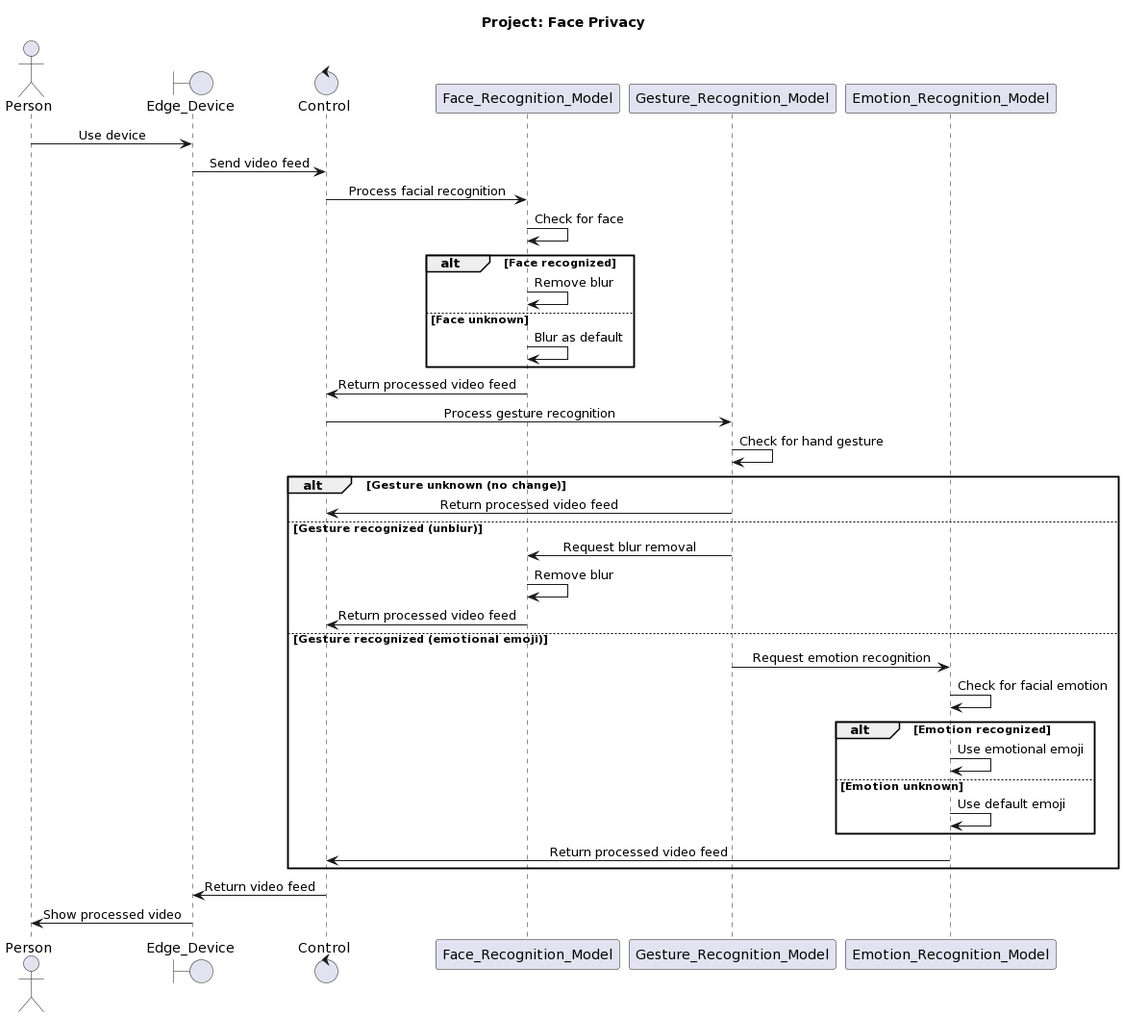
The PlantUML diagram doc/PlantUML_Sequence_Diagram.png in Team-Intel-Edge-AI/OnTheEdge, before a commit.
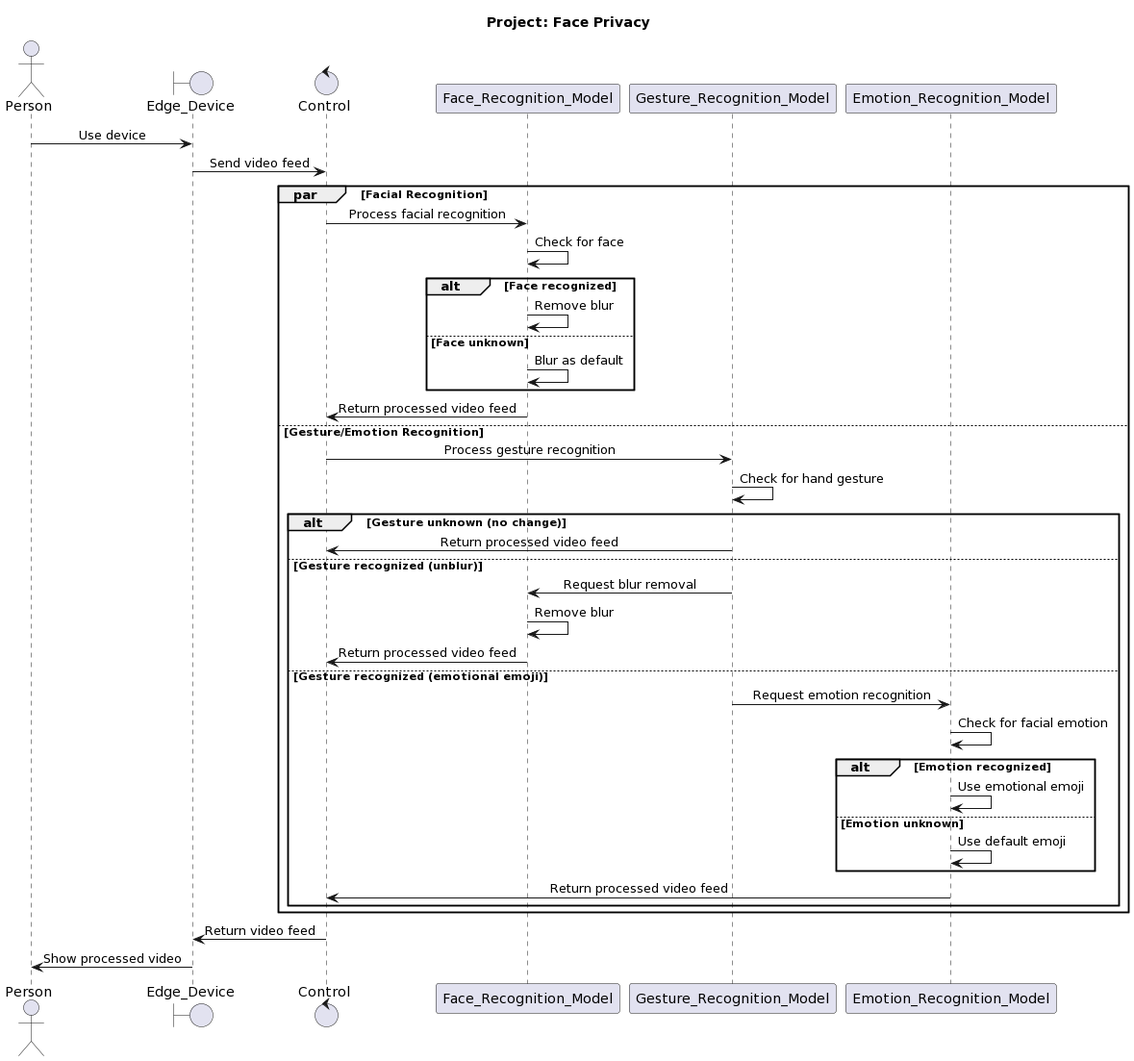
After the commit.

Commit message:
Updated sequence diagram

Diff of the diagram source:
```diff
@@ -13,33 +13,36 @@
 per -> edge: Use device
 edge -> ctrl: Send video feed
 
-ctrl -> face: Process facial recognition
-face -> face: Check for face
-alt Face recognized
-    face -> face: Remove blur
-else Face unknown
-    face -> face: Blur as default
+par Facial Recognition
+    ctrl -> face: Process facial recognition
+    face -> face: Check for face
+    alt Face recognized
+        face -> face: Remove blur
+    else Face unknown
+        face -> face: Blur as default
+    end
+    face -> ctrl: Return processed video feed
+else Gesture/Emotion Recognition
+    ctrl -> gesture: Process gesture recognition
+    gesture -> gesture: Check for hand gesture
+    alt Gesture unknown (no change)
+        gesture -> ctrl: Return processed video feed
+    else Gesture recognized (unblur)
+        gesture -> face: Request blur removal
+        face -> face: Remove blur
+        face -> ctrl: Return processed video feed
+    else Gesture recognized (emotional emoji)
+        gesture -> emotion: Request emotion recognition
+        emotion -> emotion: Check for facial emotion
+        alt Emotion recognized
+            emotion -> emotion: Use emotional emoji
+        else Emotion unknown
+            emotion -> emotion: Use default emoji
+        end
+        emotion -> ctrl: Return processed video feed
+    end
 end
-face -> ctrl: Return processed video feed
 
-ctrl -> gesture: Process gesture recognition
-gesture -> gesture: Check for hand gesture
-alt Gesture unknown (no change)
-    gesture -> ctrl: Return processed video feed
-else Gesture recognized (unblur)
-    gesture -> face: Request blur removal
-    face -> face: Remove blur
-    face -> ctrl: Return processed video feed
-else Gesture recognized (emotional emoji)
-    gesture -> emotion: Request emotion recognition
-    emotion -> emotion: Check for facial emotion
-    alt Emotion recognized
-        emotion -> emotion: Use emotional emoji
-    else Emotion unknown
-        emotion -> emotion: Use default emoji
-    end
-    emotion -> ctrl: Return processed video feed
-end
 ctrl -> edge: Return video feed
 edge -> per: Show processed video
 @enduml
```
